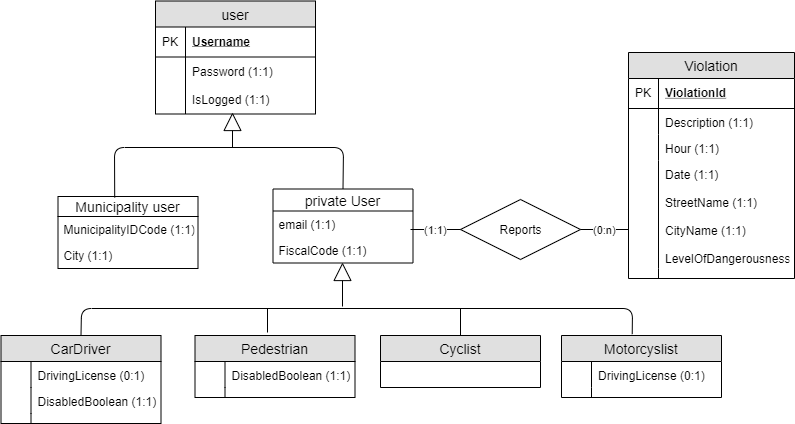
Above: DD/Diagrams/ER diagram.png in Dany97/MassiniNicolo (draw.io), before the change. Source tidied: cells renumbered, new cells last; positions are measured from the earlier drawing's top-left corner, leaving out a move shared by most shapes.
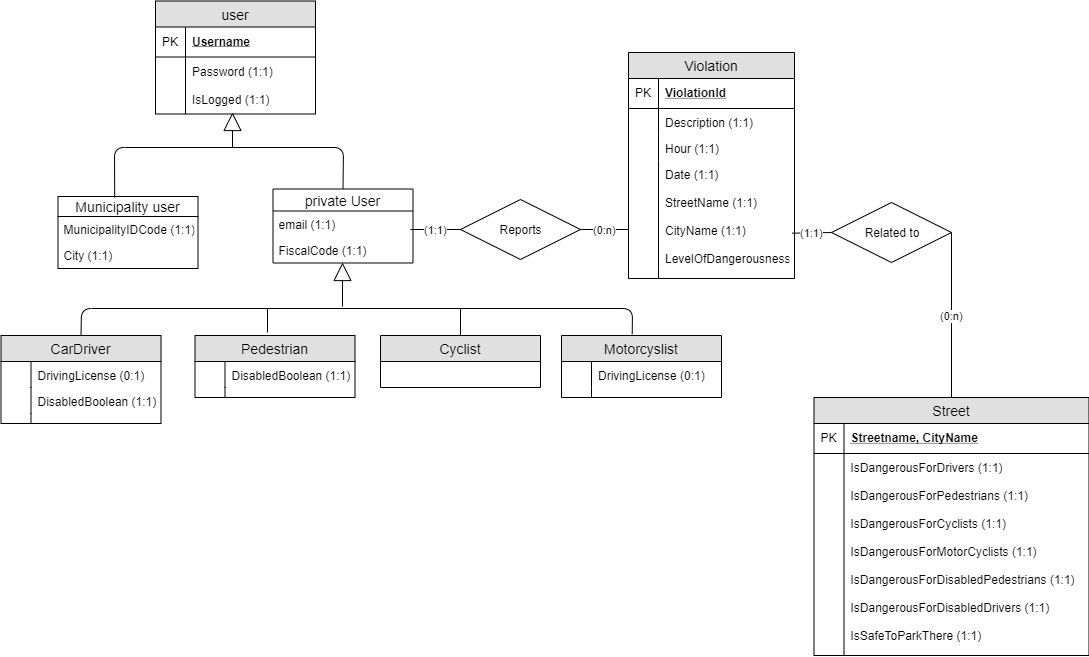
The same diagram one commit later.

Commit message:
Modification of the Overview diagram and also of the ER one. Added a detail in the overview diagram

The edit, as a diff of the source:
```diff
@@ -180,5 +180,29 @@
         <mxPoint x="409" y="229" as="sourcePoint" />
       </mxGeometry>
     </mxCell>
+    <mxCell id="53" value="Street" style="swimlane;fontStyle=0;horizontal=1;startSize=26;fillColor=#e0e0e0;swimlaneFillColor=#ffffff;align=center;fontSize=14;" parent="1" vertex="1">
+      <mxGeometry x="812.5" y="397" width="275" height="258" as="geometry" />
+    </mxCell>
+    <mxCell id="54" value="Streetname, CityName" style="shape=partialRectangle;top=0;left=0;right=0;bottom=1;align=left;verticalAlign=middle;fillColor=none;spacingLeft=34;spacingRight=4;overflow=hidden;fontStyle=5;fontSize=12;" parent="53" vertex="1">
+      <mxGeometry y="26" width="275" height="30" as="geometry" />
+    </mxCell>
+    <mxCell id="55" value="PK" style="shape=partialRectangle;top=0;left=0;bottom=0;fillColor=none;align=left;verticalAlign=middle;spacingLeft=4;spacingRight=4;overflow=hidden;fontSize=12;" parent="54" vertex="1">
+      <mxGeometry width="30" height="30" as="geometry" />
+    </mxCell>
+    <mxCell id="56" value="IsDangerousForDrivers (1:1)&#10;&#10;IsDangerousForPedestrians (1:1)&#10;&#10;IsDangerousForCyclists (1:1)&#10;&#10;IsDangerousForMotorCyclists (1:1)&#10;&#10;IsDangerousForDisabledPedestrians (1:1)&#10;&#10;IsDangerousForDisabledDrivers (1:1)&#10;&#10;IsSafeToParkThere (1:1)&#10;&#10;" style="shape=partialRectangle;top=0;left=0;right=0;bottom=0;align=left;verticalAlign=top;fillColor=none;spacingLeft=34;spacingRight=4;overflow=hidden;fontSize=12;" parent="53" vertex="1">
+      <mxGeometry y="56" width="275" height="202" as="geometry" />
+    </mxCell>
+    <mxCell id="57" style="shape=partialRectangle;top=0;left=0;bottom=0;fillColor=none;align=left;verticalAlign=top;spacingLeft=4;spacingRight=4;overflow=hidden;fontSize=12;" parent="56" vertex="1">
+      <mxGeometry width="30" height="202" as="geometry" />
+    </mxCell>
+    <mxCell id="58" value="Related to" style="shape=rhombus;perimeter=rhombusPerimeter;whiteSpace=wrap;html=1;align=center;" parent="1" vertex="1">
+      <mxGeometry x="830" y="202" width="120" height="60" as="geometry" />
+    </mxCell>
+    <mxCell id="59" value="(1:1)" style="endArrow=none;html=1;exitX=0.986;exitY=0.673;exitDx=0;exitDy=0;exitPerimeter=0;entryX=0;entryY=0.5;entryDx=0;entryDy=0;" parent="1" edge="1" source="46" target="58">
+      <mxGeometry relative="1" as="geometry" />
+    </mxCell>
+    <mxCell id="60" value="(0:n)" style="endArrow=none;html=1;exitX=1;exitY=0.5;exitDx=0;exitDy=0;" parent="1" edge="1" source="58" target="53">
+      <mxGeometry relative="1" as="geometry" />
+    </mxCell>
   </root>
 </mxGraphModel>
```
